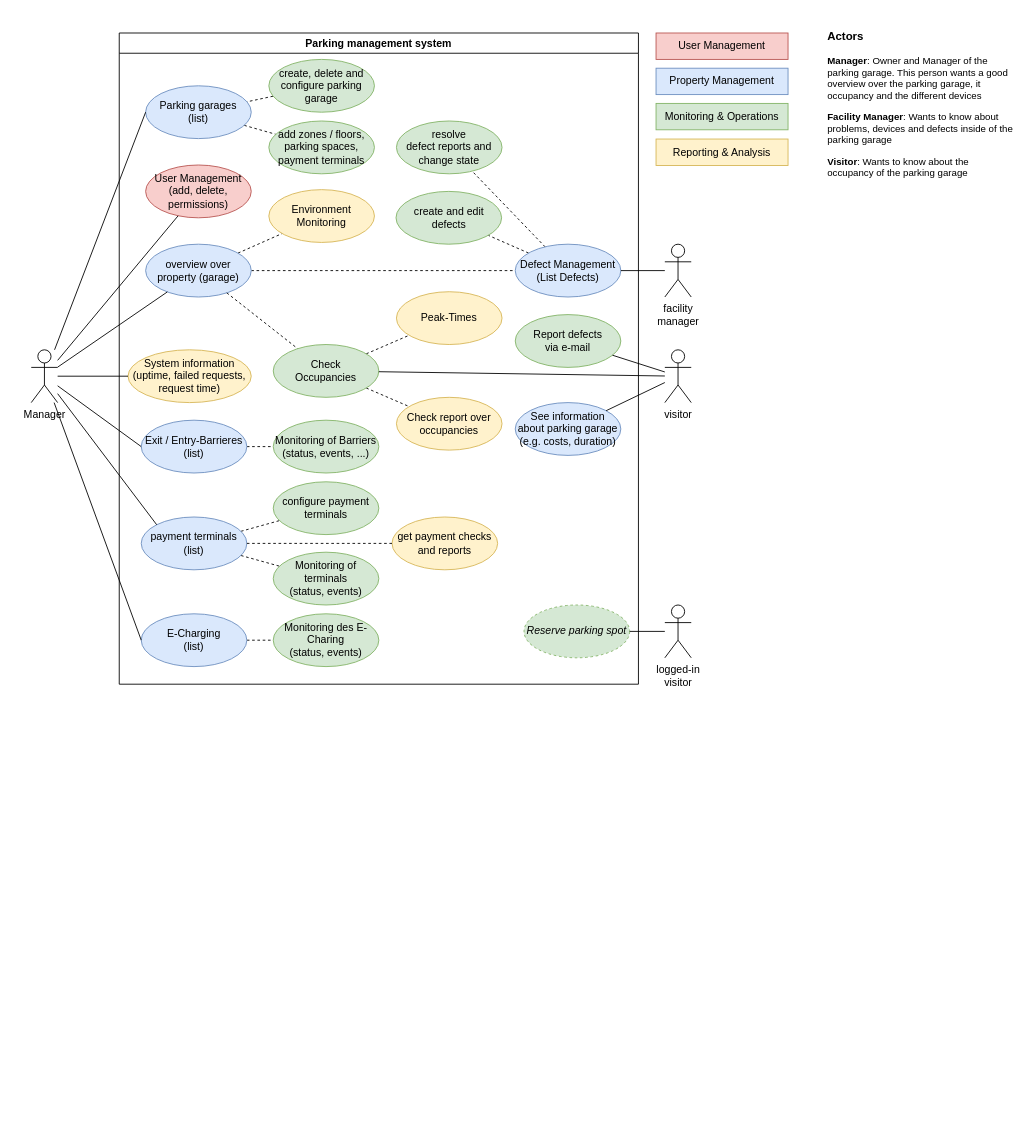
Above: page "useCase" (2 of 8) of docu/parking_management.drawio in msi-cad-vw/.github (draw.io), before the change. Source tidied: cells renumbered, new cells numbered last; positions are measured from the earlier drawing's top-left corner, leaving out a move shared by most shapes. Both pictures are drawn from the tidied source at 88%, with x=0, y=0 at pixel (31, 24).
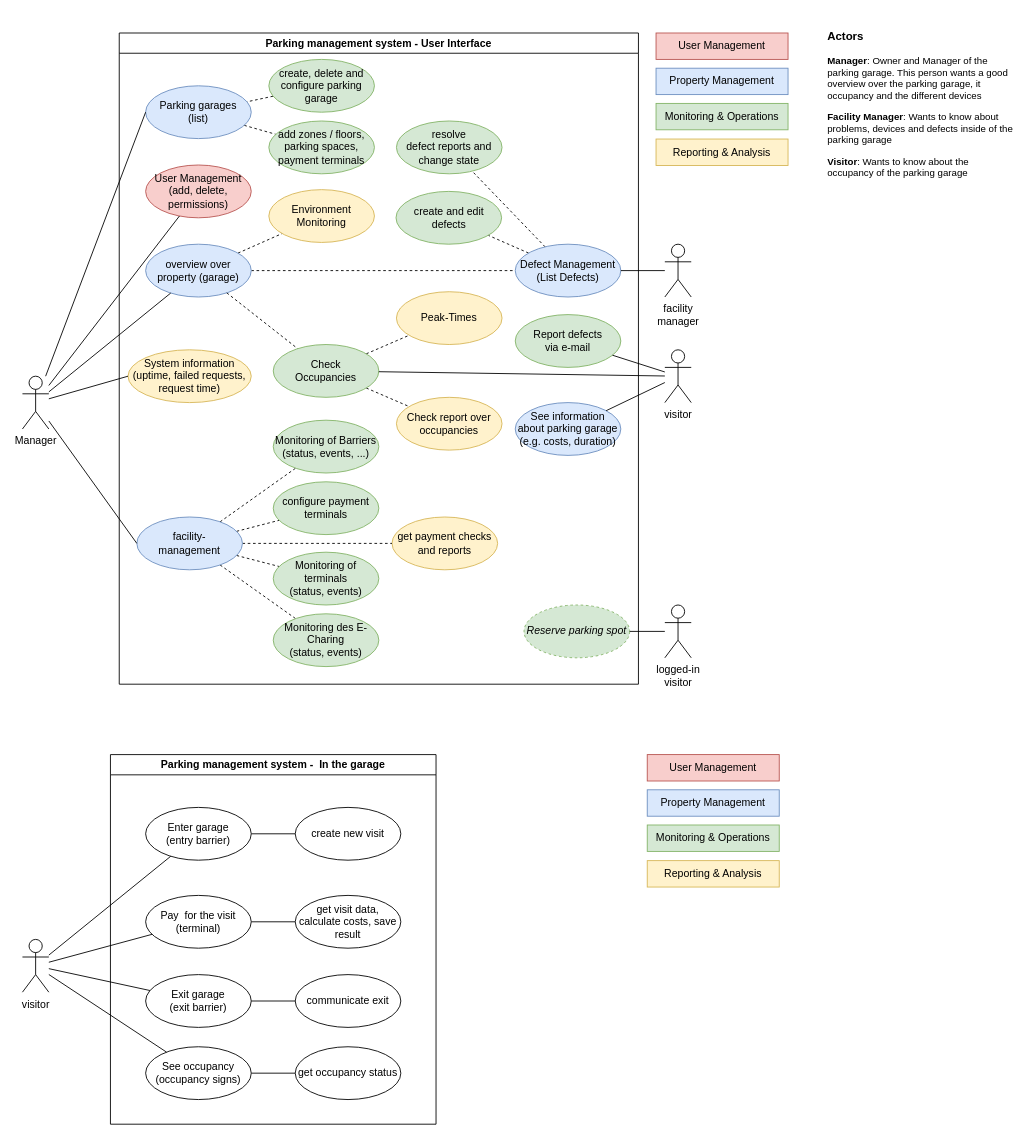
The same diagram, later.

The change refers to these unchanged cells:
```xml
<mxCell id="24" value="configure payment terminals" style="ellipse;whiteSpace=wrap;html=1;fillColor=#d5e8d4;strokeColor=#82b366;" parent="6" vertex="1">
  <mxGeometry x="175" y="510" width="120" height="60" as="geometry" />
</mxCell>
<mxCell id="29" value="get payment checks and reports" style="ellipse;whiteSpace=wrap;html=1;fillColor=#fff2cc;strokeColor=#d6b656;" parent="6" vertex="1">
  <mxGeometry x="310" y="550" width="120" height="60" as="geometry" />
</mxCell>
<mxCell id="34" value="Monitoring des E-Charing&lt;br&gt;(status, events)" style="ellipse;whiteSpace=wrap;html=1;fillColor=#d5e8d4;strokeColor=#82b366;" parent="6" vertex="1">
  <mxGeometry x="175" y="660" width="120" height="60" as="geometry" />
</mxCell>
<mxCell id="39" value="Monitoring of terminals&lt;br&gt;(status, events)" style="ellipse;whiteSpace=wrap;html=1;fillColor=#d5e8d4;strokeColor=#82b366;" parent="6" vertex="1">
  <mxGeometry x="175" y="590" width="120" height="60" as="geometry" />
</mxCell>
```

Change to the diagram source:
```diff
@@
-    <mxCell id="6" value="Parking management system" style="swimlane;whiteSpace=wrap;html=1;" parent="1" vertex="1">
+    <mxCell id="6" value="Parking management system - User Interface" style="swimlane;whiteSpace=wrap;html=1;" parent="1" vertex="1">
       <mxGeometry x="100" y="10" width="590" height="740" as="geometry" />
     </mxCell>
@@
-    <mxCell id="21" style="edgeStyle=none;rounded=0;jettySize=auto;html=1;dashed=1;endArrow=none;endFill=0;" parent="6" edge="1" source="23" target="24">
+    <mxCell id="21" style="edgeStyle=none;rounded=0;jettySize=auto;html=1;dashed=1;endArrow=none;endFill=0;" parent="6" edge="1" source="37" target="24">
       <mxGeometry relative="1" as="geometry" />
     </mxCell>
-    <mxCell id="22" style="edgeStyle=none;rounded=0;jettySize=auto;html=1;dashed=1;fontSize=9;startArrow=none;startFill=0;endArrow=none;endFill=0;" parent="6" edge="1" source="23" target="39">
+    <mxCell id="22" style="edgeStyle=none;rounded=0;jettySize=auto;html=1;dashed=1;fontSize=9;startArrow=none;startFill=0;endArrow=none;endFill=0;" parent="6" edge="1" source="37" target="39">
       <mxGeometry relative="1" as="geometry" />
     </mxCell>
-    <mxCell id="23" value="payment terminals&lt;br&gt;(list)" style="ellipse;whiteSpace=wrap;html=1;fillColor=#dae8fc;strokeColor=#6c8ebf;" parent="6" vertex="1">
-      <mxGeometry x="25" y="550" width="120" height="60" as="geometry" />
-    </mxCell>
@@
-    <mxCell id="30" style="edgeStyle=none;rounded=0;jettySize=auto;html=1;dashed=1;endArrow=none;endFill=0;" parent="6" edge="1" source="23" target="29">
+    <mxCell id="30" style="edgeStyle=none;rounded=0;jettySize=auto;html=1;dashed=1;endArrow=none;endFill=0;" parent="6" edge="1" source="37" target="29">
       <mxGeometry relative="1" as="geometry" />
     </mxCell>
@@
-    <mxCell id="32" style="edgeStyle=none;rounded=0;jettySize=auto;html=1;dashed=1;endArrow=none;endFill=0;" parent="6" edge="1" source="33" target="34">
+    <mxCell id="32" style="edgeStyle=none;rounded=0;jettySize=auto;html=1;dashed=1;endArrow=none;endFill=0;" parent="6" edge="1" source="37" target="34">
       <mxGeometry relative="1" as="geometry" />
     </mxCell>
-    <mxCell id="33" value="E-Charging&lt;br&gt;(list)" style="ellipse;whiteSpace=wrap;html=1;fillColor=#dae8fc;strokeColor=#6c8ebf;" parent="6" vertex="1">
-      <mxGeometry x="25" y="660" width="120" height="60" as="geometry" />
-    </mxCell>
@@
-    <mxCell id="37" value="Exit / Entry-Barrieres&lt;br&gt;(list)" style="ellipse;whiteSpace=wrap;html=1;fillColor=#dae8fc;strokeColor=#6c8ebf;" parent="6" vertex="1">
-      <mxGeometry x="25" y="440" width="120" height="60" as="geometry" />
+    <mxCell id="37" value="facility-&lt;br&gt;management" style="ellipse;whiteSpace=wrap;html=1;fillColor=#dae8fc;strokeColor=#6c8ebf;" parent="6" vertex="1">
+      <mxGeometry x="20" y="550" width="120" height="60" as="geometry" />
     </mxCell>
@@
-    <mxCell id="48" style="edgeStyle=none;rounded=0;jettySize=auto;html=1;endArrow=none;endFill=0;entryX=0;entryY=0;entryDx=0;entryDy=0;" parent="1" edge="1" source="52" target="23">
-      <mxGeometry relative="1" as="geometry" />
-    </mxCell>
-    <mxCell id="49" style="edgeStyle=none;rounded=0;jettySize=auto;html=1;endArrow=none;endFill=0;entryX=0;entryY=0.5;entryDx=0;entryDy=0;" parent="1" edge="1" source="52" target="33">
-      <mxGeometry relative="1" as="geometry" />
-    </mxCell>
@@
     <mxCell id="52" value="Manager" style="shape=umlActor;verticalLabelPosition=bottom;verticalAlign=top;html=1;outlineConnect=0;" parent="1" vertex="1">
-      <mxGeometry y="370" width="30" height="60" as="geometry" />
+      <mxGeometry x="-10" y="400" width="30" height="60" as="geometry" />
     </mxCell>
@@
+    <mxCell id="62" value="User Management&lt;br&gt;" style="rounded=0;whiteSpace=wrap;html=1;fillColor=#f8cecc;strokeColor=#b85450;" parent="1" vertex="1">
+      <mxGeometry x="700" y="830" width="150" height="30" as="geometry" />
+    </mxCell>
+    <mxCell id="63" value="Property Management" style="rounded=0;whiteSpace=wrap;html=1;fillColor=#dae8fc;strokeColor=#6c8ebf;" parent="1" vertex="1">
+      <mxGeometry x="700" y="870" width="150" height="30" as="geometry" />
+    </mxCell>
+    <mxCell id="64" value="Monitoring &amp;amp; Operations" style="rounded=0;whiteSpace=wrap;html=1;fillColor=#d5e8d4;strokeColor=#82b366;" parent="1" vertex="1">
+      <mxGeometry x="700" y="910" width="150" height="30" as="geometry" />
+    </mxCell>
+    <mxCell id="65" value="Reporting &amp;amp; Analysis" style="rounded=0;whiteSpace=wrap;html=1;fillColor=#fff2cc;strokeColor=#d6b656;" parent="1" vertex="1">
+      <mxGeometry x="700" y="950.5" width="150" height="30" as="geometry" />
+    </mxCell>
+    <mxCell id="66" value="Parking management system -&amp;nbsp; In the garage" style="swimlane;whiteSpace=wrap;html=1;" parent="1" vertex="1">
+      <mxGeometry x="90" y="830" width="370" height="420" as="geometry" />
+    </mxCell>
+    <mxCell id="67" style="edgeStyle=none;rounded=0;jumpStyle=gap;jettySize=auto;html=1;endArrow=none;endFill=0;" parent="66" edge="1" source="68" target="69">
+      <mxGeometry relative="1" as="geometry" />
+    </mxCell>
+    <mxCell id="68" value="Enter garage&lt;br&gt;(entry barrier)" style="ellipse;whiteSpace=wrap;html=1;" parent="66" vertex="1">
+      <mxGeometry x="40" y="60" width="120" height="60" as="geometry" />
+    </mxCell>
+    <mxCell id="69" value="create new visit" style="ellipse;whiteSpace=wrap;html=1;" parent="66" vertex="1">
+      <mxGeometry x="210" y="60" width="120" height="60" as="geometry" />
+    </mxCell>
+    <mxCell id="70" style="edgeStyle=none;rounded=0;jumpStyle=gap;jettySize=auto;html=1;endArrow=none;endFill=0;" parent="66" edge="1" source="71" target="74">
+      <mxGeometry relative="1" as="geometry" />
+    </mxCell>
+    <mxCell id="71" value="Pay&amp;nbsp; for the visit&lt;br&gt;(terminal)" style="ellipse;whiteSpace=wrap;html=1;" parent="66" vertex="1">
+      <mxGeometry x="40" y="160" width="120" height="60" as="geometry" />
+    </mxCell>
+    <mxCell id="72" style="edgeStyle=none;rounded=0;jumpStyle=gap;jettySize=auto;html=1;endArrow=none;endFill=0;" parent="66" edge="1" source="73" target="75">
+      <mxGeometry relative="1" as="geometry" />
+    </mxCell>
+    <mxCell id="73" value="Exit garage&lt;br&gt;(exit barrier)" style="ellipse;whiteSpace=wrap;html=1;" parent="66" vertex="1">
+      <mxGeometry x="40" y="250" width="120" height="60" as="geometry" />
+    </mxCell>
+    <mxCell id="74" value="get visit data, calculate costs, save result" style="ellipse;whiteSpace=wrap;html=1;" parent="66" vertex="1">
+      <mxGeometry x="210" y="160" width="120" height="60" as="geometry" />
+    </mxCell>
+    <mxCell id="75" value="communicate exit" style="ellipse;whiteSpace=wrap;html=1;" parent="66" vertex="1">
+      <mxGeometry x="210" y="250" width="120" height="60" as="geometry" />
+    </mxCell>
+    <mxCell id="76" style="edgeStyle=none;rounded=0;jumpStyle=gap;jettySize=auto;html=1;endArrow=none;endFill=0;" parent="66" edge="1" source="77" target="78">
+      <mxGeometry relative="1" as="geometry" />
+    </mxCell>
+    <mxCell id="77" value="See occupancy&lt;br&gt;(occupancy signs)" style="ellipse;whiteSpace=wrap;html=1;" parent="66" vertex="1">
+      <mxGeometry x="40" y="332" width="120" height="60" as="geometry" />
+    </mxCell>
+    <mxCell id="78" value="get occupancy status" style="ellipse;whiteSpace=wrap;html=1;" parent="66" vertex="1">
+      <mxGeometry x="210" y="332" width="120" height="60" as="geometry" />
+    </mxCell>
+    <mxCell id="79" style="edgeStyle=none;rounded=0;jettySize=auto;html=1;endArrow=none;endFill=0;" parent="1" edge="1" source="83" target="68">
+      <mxGeometry relative="1" as="geometry" />
+    </mxCell>
+    <mxCell id="80" style="edgeStyle=none;rounded=0;jumpStyle=gap;jettySize=auto;html=1;endArrow=none;endFill=0;" parent="1" edge="1" source="83" target="73">
+      <mxGeometry relative="1" as="geometry" />
+    </mxCell>
+    <mxCell id="81" style="edgeStyle=none;rounded=0;jumpStyle=gap;jettySize=auto;html=1;endArrow=none;endFill=0;" parent="1" edge="1" source="83" target="71">
+      <mxGeometry relative="1" as="geometry" />
+    </mxCell>
+    <mxCell id="82" style="edgeStyle=none;rounded=0;jumpStyle=gap;jettySize=auto;html=1;endArrow=none;endFill=0;" parent="1" edge="1" source="83" target="77">
+      <mxGeometry relative="1" as="geometry" />
+    </mxCell>
+    <mxCell id="83" value="visitor" style="shape=umlActor;verticalLabelPosition=bottom;verticalAlign=top;html=1;outlineConnect=0;" parent="1" vertex="1">
+      <mxGeometry x="-10" y="1040" width="30" height="60" as="geometry" />
+    </mxCell>
```
